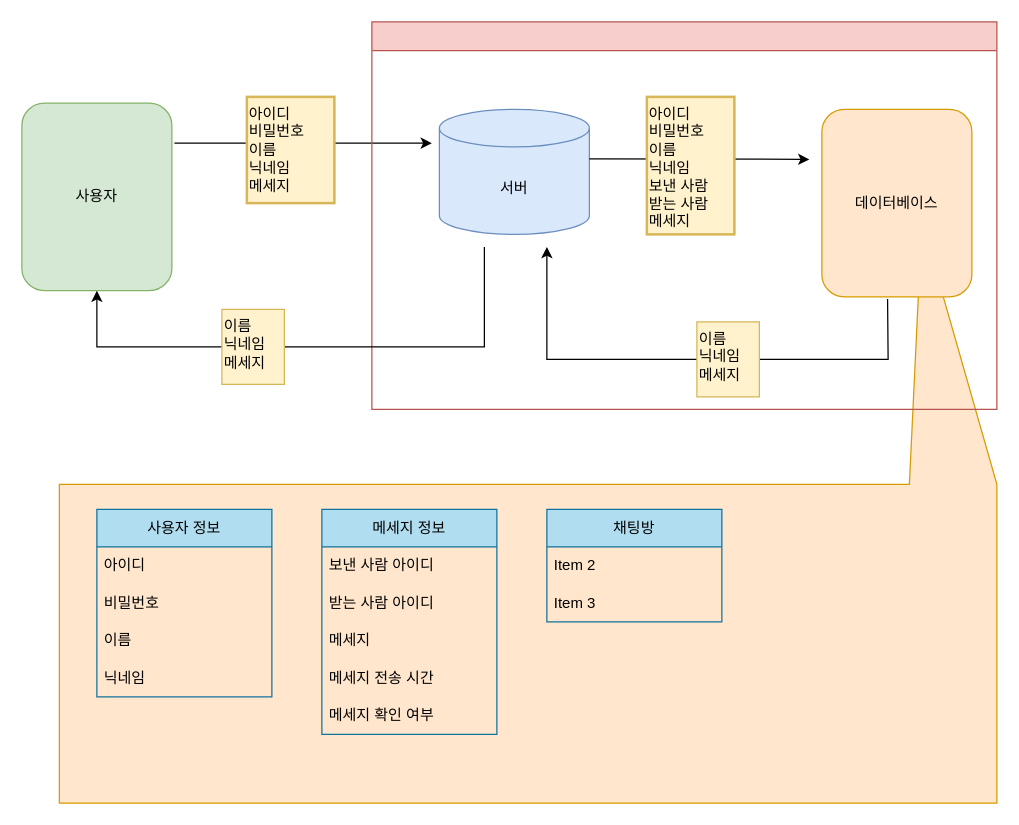
Before: 채팅 다이어그램.drawio in jh051777/chat, a draw.io diagram. Source tidied: cells renumbered, new cells numbered last; positions are measured from the earlier drawing's top-left corner, leaving out a move shared by most shapes. Both pictures are drawn from the tidied source at 125%, with x=0, y=0 at pixel (21, 21).
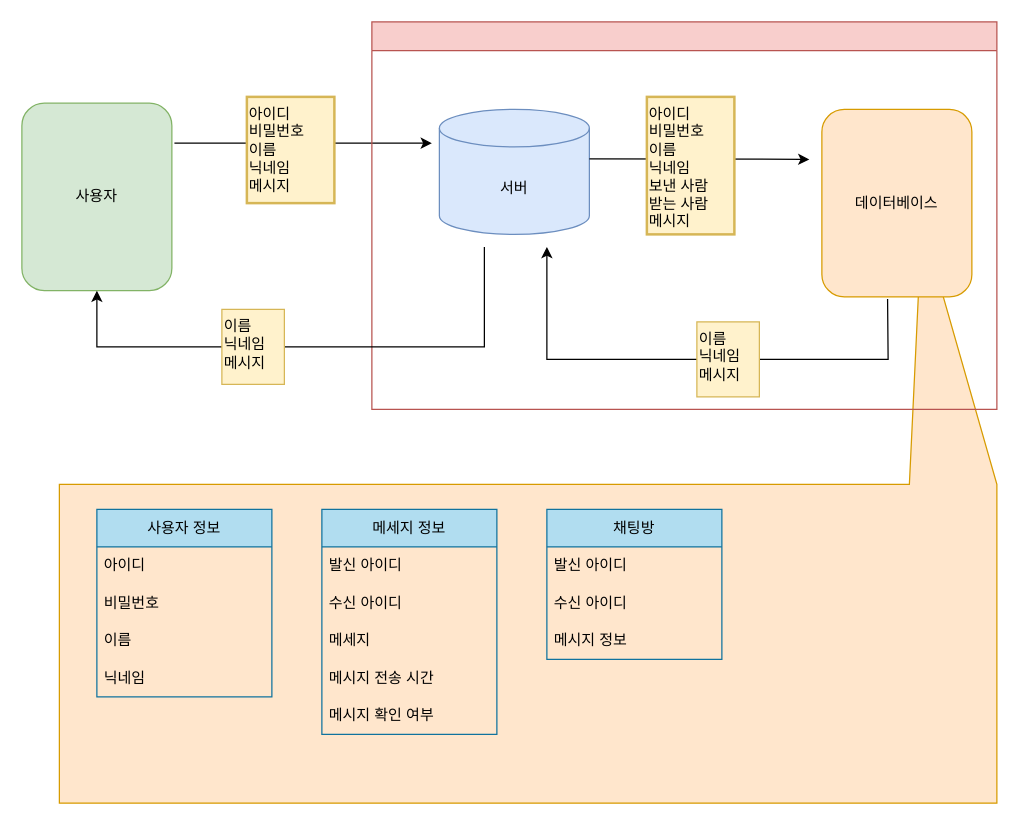
Above is the later version.

Commit message:
채팅 다이어그램.drawio 업데이트

The change refers to these unchanged cells:
```xml
<mxCell id="9" style="swimlane;whiteSpace=wrap;html=1;fillColor=#f8cecc;strokeColor=#b85450;" parent="1" vertex="1">
  <mxGeometry x="280" width="500" height="310" as="geometry" />
</mxCell>
<mxCell id="19" value="메세지 정보" style="swimlane;fontStyle=0;horizontal=1;startSize=30;whiteSpace=wrap;html=1;fillColor=#b1ddf0;strokeColor=#10739e;" parent="1" vertex="1">
  <mxGeometry x="240" y="390" width="140" height="180" as="geometry" />
</mxCell>
```

The edit, as a diff of the source:
```diff
@@
-    <mxCell id="8" value="&lt;font style=&quot;font-size: 12px;&quot;&gt;아이디&lt;/font&gt;&lt;div style=&quot;font-size: 12px;&quot;&gt;&lt;font style=&quot;font-size: 12px;&quot;&gt;비밀번호&lt;/font&gt;&lt;/div&gt;&lt;div style=&quot;font-size: 12px;&quot;&gt;&lt;font style=&quot;font-size: 12px;&quot;&gt;이름&lt;/font&gt;&lt;/div&gt;&lt;div style=&quot;font-size: 12px;&quot;&gt;&lt;font style=&quot;font-size: 12px;&quot;&gt;닉네임&lt;/font&gt;&lt;/div&gt;&lt;div style=&quot;font-size: 12px;&quot;&gt;&lt;font style=&quot;font-size: 12px;&quot;&gt;메세지&lt;/font&gt;&lt;/div&gt;" style="text;html=1;align=left;verticalAlign=top;whiteSpace=wrap;rounded=0;strokeWidth=2;fillColor=#fff2cc;strokeColor=#d6b656;fontSize=12;" parent="1" vertex="1">
+    <mxCell id="8" value="&lt;font style=&quot;font-size: 12px;&quot;&gt;아이디&lt;/font&gt;&lt;div style=&quot;font-size: 12px;&quot;&gt;&lt;font style=&quot;font-size: 12px;&quot;&gt;비밀번호&lt;/font&gt;&lt;/div&gt;&lt;div style=&quot;font-size: 12px;&quot;&gt;&lt;font style=&quot;font-size: 12px;&quot;&gt;이름&lt;/font&gt;&lt;/div&gt;&lt;div style=&quot;font-size: 12px;&quot;&gt;&lt;font style=&quot;font-size: 12px;&quot;&gt;닉네임&lt;/font&gt;&lt;/div&gt;&lt;div style=&quot;font-size: 12px;&quot;&gt;&lt;font style=&quot;font-size: 12px;&quot;&gt;메시지&lt;/font&gt;&lt;/div&gt;" style="text;html=1;align=left;verticalAlign=top;whiteSpace=wrap;rounded=0;strokeWidth=2;fillColor=#fff2cc;strokeColor=#d6b656;fontSize=12;" parent="1" vertex="1">
       <mxGeometry x="180" y="60" width="70" height="85" as="geometry" />
     </mxCell>
@@
-    <mxCell id="11" value="&lt;div&gt;이름&lt;/div&gt;&lt;div&gt;닉네임&lt;/div&gt;&lt;div&gt;메세지&lt;/div&gt;" style="text;html=1;align=left;verticalAlign=top;whiteSpace=wrap;rounded=0;horizontal=1;fillColor=#fff2cc;strokeColor=#d6b656;" parent="9" vertex="1">
+    <mxCell id="11" value="&lt;div&gt;이름&lt;/div&gt;&lt;div&gt;닉네임&lt;/div&gt;&lt;div&gt;메시지&lt;/div&gt;" style="text;html=1;align=left;verticalAlign=top;whiteSpace=wrap;rounded=0;horizontal=1;fillColor=#fff2cc;strokeColor=#d6b656;" parent="9" vertex="1">
       <mxGeometry x="260" y="240" width="50" height="60" as="geometry" />
     </mxCell>
-    <mxCell id="12" value="&lt;font style=&quot;font-size: 12px;&quot;&gt;아이디&lt;/font&gt;&lt;div style=&quot;font-size: 12px;&quot;&gt;&lt;font style=&quot;font-size: 12px;&quot;&gt;비밀번호&lt;/font&gt;&lt;/div&gt;&lt;div style=&quot;font-size: 12px;&quot;&gt;&lt;font style=&quot;font-size: 12px;&quot;&gt;이름&lt;/font&gt;&lt;/div&gt;&lt;div style=&quot;font-size: 12px;&quot;&gt;&lt;font style=&quot;font-size: 12px;&quot;&gt;닉네임&lt;/font&gt;&lt;/div&gt;&lt;div style=&quot;font-size: 12px;&quot;&gt;보낸 사람&lt;/div&gt;&lt;div style=&quot;font-size: 12px;&quot;&gt;받는 사람&lt;/div&gt;&lt;div style=&quot;font-size: 12px;&quot;&gt;메세지&lt;/div&gt;" style="text;html=1;align=left;verticalAlign=top;whiteSpace=wrap;rounded=0;strokeWidth=2;fillColor=#fff2cc;strokeColor=#d6b656;fontSize=12;" parent="9" vertex="1">
+    <mxCell id="12" value="&lt;font style=&quot;font-size: 12px;&quot;&gt;아이디&lt;/font&gt;&lt;div style=&quot;font-size: 12px;&quot;&gt;&lt;font style=&quot;font-size: 12px;&quot;&gt;비밀번호&lt;/font&gt;&lt;/div&gt;&lt;div style=&quot;font-size: 12px;&quot;&gt;&lt;font style=&quot;font-size: 12px;&quot;&gt;이름&lt;/font&gt;&lt;/div&gt;&lt;div style=&quot;font-size: 12px;&quot;&gt;&lt;font style=&quot;font-size: 12px;&quot;&gt;닉네임&lt;/font&gt;&lt;/div&gt;&lt;div style=&quot;font-size: 12px;&quot;&gt;보낸 사람&lt;/div&gt;&lt;div style=&quot;font-size: 12px;&quot;&gt;받는 사람&lt;/div&gt;&lt;div style=&quot;font-size: 12px;&quot;&gt;메시지&lt;/div&gt;" style="text;html=1;align=left;verticalAlign=top;whiteSpace=wrap;rounded=0;strokeWidth=2;fillColor=#fff2cc;strokeColor=#d6b656;fontSize=12;" parent="9" vertex="1">
       <mxGeometry x="220" y="60" width="70" height="110" as="geometry" />
     </mxCell>
@@
-    <mxCell id="20" value="보낸 사람 아이디" style="text;strokeColor=none;fillColor=none;align=left;verticalAlign=middle;spacingLeft=4;spacingRight=4;overflow=hidden;whiteSpace=wrap;html=1;" parent="19" vertex="1">
+    <mxCell id="20" value="발신 아이디" style="text;strokeColor=none;fillColor=none;align=left;verticalAlign=middle;spacingLeft=4;spacingRight=4;overflow=hidden;whiteSpace=wrap;html=1;" parent="19" vertex="1">
       <mxGeometry y="30" width="140" height="30" as="geometry" />
     </mxCell>
-    <mxCell id="21" value="받는 사람 아이디" style="text;strokeColor=none;fillColor=none;align=left;verticalAlign=middle;spacingLeft=4;spacingRight=4;overflow=hidden;whiteSpace=wrap;html=1;" parent="19" vertex="1">
+    <mxCell id="21" value="수신 아이디" style="text;strokeColor=none;fillColor=none;align=left;verticalAlign=middle;spacingLeft=4;spacingRight=4;overflow=hidden;whiteSpace=wrap;html=1;" parent="19" vertex="1">
       <mxGeometry y="60" width="140" height="30" as="geometry" />
     </mxCell>
@@
-    <mxCell id="23" value="메세지 전송 시간" style="text;strokeColor=none;fillColor=none;align=left;verticalAlign=middle;spacingLeft=4;spacingRight=4;overflow=hidden;whiteSpace=wrap;html=1;" parent="19" vertex="1">
+    <mxCell id="23" value="메시지 전송 시간" style="text;strokeColor=none;fillColor=none;align=left;verticalAlign=middle;spacingLeft=4;spacingRight=4;overflow=hidden;whiteSpace=wrap;html=1;" parent="19" vertex="1">
       <mxGeometry y="120" width="140" height="30" as="geometry" />
     </mxCell>
-    <mxCell id="24" value="메세지 확인 여부" style="text;strokeColor=none;fillColor=none;align=left;verticalAlign=middle;spacingLeft=4;spacingRight=4;overflow=hidden;whiteSpace=wrap;html=1;" parent="19" vertex="1">
+    <mxCell id="24" value="메시지 확인 여부" style="text;strokeColor=none;fillColor=none;align=left;verticalAlign=middle;spacingLeft=4;spacingRight=4;overflow=hidden;whiteSpace=wrap;html=1;" parent="19" vertex="1">
       <mxGeometry y="150" width="140" height="30" as="geometry" />
     </mxCell>
     <mxCell id="25" value="채팅방" style="swimlane;fontStyle=0;horizontal=1;startSize=30;whiteSpace=wrap;html=1;fillColor=#b1ddf0;strokeColor=#10739e;" parent="1" vertex="1">
-      <mxGeometry x="420" y="390" width="140" height="90" as="geometry" />
+      <mxGeometry x="420" y="390" width="140" height="120" as="geometry" />
     </mxCell>
-    <mxCell id="26" value="Item 2" style="text;strokeColor=none;fillColor=none;align=left;verticalAlign=middle;spacingLeft=4;spacingRight=4;overflow=hidden;whiteSpace=wrap;html=1;" parent="25" vertex="1">
+    <mxCell id="26" value="발신 아이디" style="text;strokeColor=none;fillColor=none;align=left;verticalAlign=middle;spacingLeft=4;spacingRight=4;overflow=hidden;whiteSpace=wrap;html=1;" parent="25" vertex="1">
       <mxGeometry y="30" width="140" height="30" as="geometry" />
     </mxCell>
-    <mxCell id="27" value="Item 3" style="text;strokeColor=none;fillColor=none;align=left;verticalAlign=middle;spacingLeft=4;spacingRight=4;overflow=hidden;whiteSpace=wrap;html=1;" parent="25" vertex="1">
+    <mxCell id="27" value="수신 아이디" style="text;strokeColor=none;fillColor=none;align=left;verticalAlign=middle;spacingLeft=4;spacingRight=4;overflow=hidden;whiteSpace=wrap;html=1;" parent="25" vertex="1">
       <mxGeometry y="60" width="140" height="30" as="geometry" />
     </mxCell>
+    <mxCell id="29" value="메시지 정보" style="text;strokeColor=none;fillColor=none;align=left;verticalAlign=middle;spacingLeft=4;spacingRight=4;overflow=hidden;whiteSpace=wrap;html=1;" parent="25" vertex="1">
+      <mxGeometry y="90" width="140" height="30" as="geometry" />
+    </mxCell>
-    <mxCell id="28" value="&lt;div&gt;이름&lt;/div&gt;&lt;div&gt;닉네임&lt;/div&gt;&lt;div&gt;메세지&lt;/div&gt;" style="text;html=1;align=left;verticalAlign=top;whiteSpace=wrap;rounded=0;horizontal=1;fillColor=#fff2cc;strokeColor=#d6b656;" parent="1" vertex="1">
+    <mxCell id="28" value="&lt;div&gt;이름&lt;/div&gt;&lt;div&gt;닉네임&lt;/div&gt;&lt;div&gt;메시지&lt;/div&gt;" style="text;html=1;align=left;verticalAlign=top;whiteSpace=wrap;rounded=0;horizontal=1;fillColor=#fff2cc;strokeColor=#d6b656;" parent="1" vertex="1">
       <mxGeometry x="160" y="230" width="50" height="60" as="geometry" />
     </mxCell>
```
